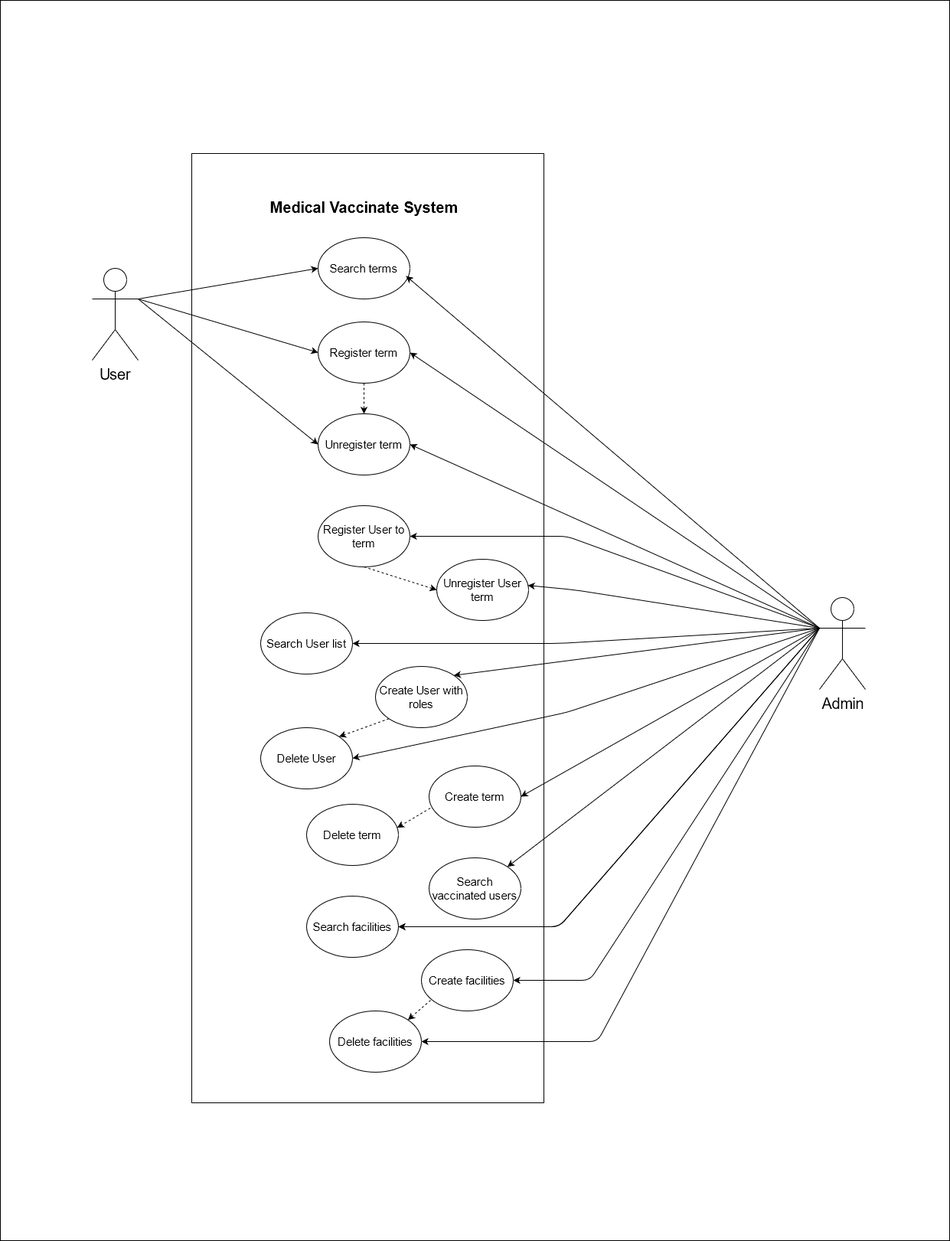
Earlier version of the draw.io export CaseUses.png (maciejDun/medical-vaccinate-system). Source tidied: cells renumbered, new cells last; positions are measured from the earlier drawing's top-left corner, leaving out a move shared by most shapes. Its diagram source:
```xml
<mxGraphModel>
  <root>
    <mxCell id="0" />
    <mxCell id="1" parent="0" />
    <mxCell id="2" style="rounded=0;whiteSpace=wrap;html=1;" parent="1" vertex="1">
      <mxGeometry width="1240" height="1620" as="geometry" />
    </mxCell>
    <mxCell id="3" style="rounded=0;whiteSpace=wrap;html=1;" parent="1" vertex="1">
      <mxGeometry x="250" y="200" width="460" height="1240" as="geometry" />
    </mxCell>
    <mxCell id="4" value="&lt;b&gt;&lt;font style=&quot;font-size: 20px&quot;&gt;Medical Vaccinate System&lt;/font&gt;&lt;/b&gt;" style="text;html=1;strokeColor=none;fillColor=none;align=center;verticalAlign=middle;whiteSpace=wrap;rounded=0;" parent="1" vertex="1">
      <mxGeometry x="350" y="230" width="250" height="80" as="geometry" />
    </mxCell>
    <mxCell id="5" value="&lt;font style=&quot;font-size: 20px&quot;&gt;Admin&lt;/font&gt;" style="shape=umlActor;verticalLabelPosition=bottom;verticalAlign=top;html=1;outlineConnect=0;" parent="1" vertex="1">
      <mxGeometry x="1070" y="780" width="60" height="120" as="geometry" />
    </mxCell>
    <mxCell id="6" value="&lt;font style=&quot;font-size: 20px&quot;&gt;User&lt;/font&gt;" style="shape=umlActor;verticalLabelPosition=bottom;verticalAlign=top;html=1;outlineConnect=0;" parent="1" vertex="1">
      <mxGeometry x="120" y="350" width="60" height="120" as="geometry" />
    </mxCell>
    <mxCell id="7" value="&lt;font style=&quot;font-size: 15px&quot;&gt;Search terms&lt;/font&gt;" style="ellipse;whiteSpace=wrap;html=1;" parent="1" vertex="1">
      <mxGeometry x="415" y="310" width="120" height="80" as="geometry" />
    </mxCell>
    <mxCell id="8" value="&lt;font style=&quot;font-size: 15px&quot;&gt;Register term&lt;/font&gt;" style="ellipse;whiteSpace=wrap;html=1;" parent="1" vertex="1">
      <mxGeometry x="415" y="420" width="120" height="80" as="geometry" />
    </mxCell>
    <mxCell id="9" value="&lt;font style=&quot;font-size: 15px&quot;&gt;Unregister term&lt;/font&gt;" style="ellipse;whiteSpace=wrap;html=1;" parent="1" vertex="1">
      <mxGeometry x="415" y="540" width="120" height="80" as="geometry" />
    </mxCell>
    <mxCell id="10" style="endArrow=classic;html=1;entryX=0;entryY=0.5;entryDx=0;entryDy=0;exitX=1;exitY=0.3333333333333333;exitDx=0;exitDy=0;exitPerimeter=0;" parent="1" edge="1" source="6" target="7">
      <mxGeometry relative="1" as="geometry" />
    </mxCell>
    <mxCell id="11" style="endArrow=classic;html=1;entryX=0;entryY=0.5;entryDx=0;entryDy=0;exitX=1;exitY=0.3333333333333333;exitDx=0;exitDy=0;exitPerimeter=0;" parent="1" edge="1" source="6" target="8">
      <mxGeometry relative="1" as="geometry" />
    </mxCell>
    <mxCell id="12" style="endArrow=classic;html=1;entryX=0;entryY=0.5;entryDx=0;entryDy=0;exitX=1;exitY=0.3333333333333333;exitDx=0;exitDy=0;exitPerimeter=0;" parent="1" edge="1" source="6" target="9">
      <mxGeometry relative="1" as="geometry" />
    </mxCell>
    <mxCell id="13" style="endArrow=classic;html=1;exitX=0.5;exitY=1;exitDx=0;exitDy=0;entryX=0.5;entryY=0;entryDx=0;entryDy=0;dashed=1;" parent="1" edge="1" source="8" target="9">
      <mxGeometry relative="1" as="geometry" />
    </mxCell>
    <mxCell id="14" style="endArrow=classic;html=1;entryX=0.958;entryY=0.625;entryDx=0;entryDy=0;entryPerimeter=0;exitX=0;exitY=0.3333333333333333;exitDx=0;exitDy=0;exitPerimeter=0;" parent="1" edge="1" source="5" target="7">
      <mxGeometry relative="1" as="geometry" />
    </mxCell>
    <mxCell id="15" style="endArrow=classic;html=1;entryX=1;entryY=0.5;entryDx=0;entryDy=0;exitX=0;exitY=0.3333333333333333;exitDx=0;exitDy=0;exitPerimeter=0;" parent="1" edge="1" source="5" target="9">
      <mxGeometry relative="1" as="geometry" />
    </mxCell>
    <mxCell id="16" value="&lt;font style=&quot;font-size: 15px&quot;&gt;Register User to term&lt;/font&gt;" style="ellipse;whiteSpace=wrap;html=1;" parent="1" vertex="1">
      <mxGeometry x="415" y="660" width="120" height="80" as="geometry" />
    </mxCell>
    <mxCell id="17" style="endArrow=classic;html=1;entryX=1;entryY=0.5;entryDx=0;entryDy=0;exitX=0;exitY=0.3333333333333333;exitDx=0;exitDy=0;exitPerimeter=0;" parent="1" edge="1" source="5" target="8">
      <mxGeometry relative="1" as="geometry" />
    </mxCell>
    <mxCell id="18" style="endArrow=classic;html=1;entryX=1;entryY=0.5;entryDx=0;entryDy=0;exitX=0;exitY=0.3333333333333333;exitDx=0;exitDy=0;exitPerimeter=0;" parent="1" edge="1" source="5" target="16">
      <mxGeometry relative="1" as="geometry">
        <Array as="points">
          <mxPoint x="740" y="700" />
        </Array>
      </mxGeometry>
    </mxCell>
    <mxCell id="19" value="&lt;font style=&quot;font-size: 15px&quot;&gt;Unregister User term&lt;/font&gt;" style="ellipse;whiteSpace=wrap;html=1;" parent="1" vertex="1">
      <mxGeometry x="570" y="730" width="120" height="80" as="geometry" />
    </mxCell>
    <mxCell id="20" style="endArrow=classic;html=1;exitX=0.5;exitY=1;exitDx=0;exitDy=0;dashed=1;entryX=0;entryY=0.5;entryDx=0;entryDy=0;" parent="1" edge="1" source="16" target="19">
      <mxGeometry relative="1" as="geometry" />
    </mxCell>
    <mxCell id="21" style="endArrow=classic;html=1;entryX=0.992;entryY=0.427;entryDx=0;entryDy=0;entryPerimeter=0;exitX=0;exitY=0.3333333333333333;exitDx=0;exitDy=0;exitPerimeter=0;" parent="1" edge="1" source="5" target="19">
      <mxGeometry relative="1" as="geometry">
        <Array as="points">
          <mxPoint x="750" y="770" />
        </Array>
      </mxGeometry>
    </mxCell>
    <mxCell id="22" value="&lt;font style=&quot;font-size: 15px&quot;&gt;Search User list&lt;/font&gt;" style="ellipse;whiteSpace=wrap;html=1;" parent="1" vertex="1">
      <mxGeometry x="340" y="800" width="120" height="80" as="geometry" />
    </mxCell>
    <mxCell id="23" style="endArrow=classic;html=1;entryX=1;entryY=0.5;entryDx=0;entryDy=0;exitX=0;exitY=0.3333333333333333;exitDx=0;exitDy=0;exitPerimeter=0;" parent="1" edge="1" source="5" target="22">
      <mxGeometry relative="1" as="geometry">
        <Array as="points">
          <mxPoint x="730" y="840" />
        </Array>
      </mxGeometry>
    </mxCell>
    <mxCell id="24" value="&lt;font style=&quot;font-size: 15px&quot;&gt;Create User with roles&lt;br&gt;&lt;/font&gt;" style="ellipse;whiteSpace=wrap;html=1;" parent="1" vertex="1">
      <mxGeometry x="490" y="870" width="120" height="80" as="geometry" />
    </mxCell>
    <mxCell id="25" style="endArrow=classic;html=1;entryX=1;entryY=0;entryDx=0;entryDy=0;exitX=0;exitY=0.3333333333333333;exitDx=0;exitDy=0;exitPerimeter=0;" parent="1" edge="1" source="5" target="24">
      <mxGeometry relative="1" as="geometry" />
    </mxCell>
    <mxCell id="26" value="&lt;font style=&quot;font-size: 15px&quot;&gt;Delete User&lt;/font&gt;" style="ellipse;whiteSpace=wrap;html=1;" parent="1" vertex="1">
      <mxGeometry x="340" y="950" width="120" height="80" as="geometry" />
    </mxCell>
    <mxCell id="27" style="endArrow=classic;html=1;exitX=0;exitY=1;exitDx=0;exitDy=0;dashed=1;entryX=1;entryY=0;entryDx=0;entryDy=0;" parent="1" edge="1" source="24" target="26">
      <mxGeometry relative="1" as="geometry" />
    </mxCell>
    <mxCell id="28" style="endArrow=classic;html=1;entryX=1;entryY=0.5;entryDx=0;entryDy=0;exitX=0;exitY=0.3333333333333333;exitDx=0;exitDy=0;exitPerimeter=0;" parent="1" edge="1" source="5" target="26">
      <mxGeometry relative="1" as="geometry">
        <Array as="points">
          <mxPoint x="740" y="930" />
        </Array>
      </mxGeometry>
    </mxCell>
    <mxCell id="29" value="&lt;font style=&quot;font-size: 15px&quot;&gt;Create term&lt;/font&gt;" style="ellipse;whiteSpace=wrap;html=1;" parent="1" vertex="1">
      <mxGeometry x="560" y="1000" width="120" height="80" as="geometry" />
    </mxCell>
    <mxCell id="30" style="endArrow=classic;html=1;entryX=1;entryY=0.5;entryDx=0;entryDy=0;exitX=0;exitY=0.3333333333333333;exitDx=0;exitDy=0;exitPerimeter=0;" parent="1" edge="1" source="5" target="29">
      <mxGeometry relative="1" as="geometry" />
    </mxCell>
    <mxCell id="31" value="&lt;font style=&quot;font-size: 15px&quot;&gt;Delete term&lt;/font&gt;" style="ellipse;whiteSpace=wrap;html=1;" parent="1" vertex="1">
      <mxGeometry x="400" y="1050" width="120" height="80" as="geometry" />
    </mxCell>
    <mxCell id="32" style="endArrow=classic;html=1;exitX=0.014;exitY=0.688;exitDx=0;exitDy=0;dashed=1;entryX=0.986;entryY=0.383;entryDx=0;entryDy=0;entryPerimeter=0;exitPerimeter=0;" parent="1" edge="1" source="29" target="31">
      <mxGeometry relative="1" as="geometry" />
    </mxCell>
    <mxCell id="33" value="&lt;font style=&quot;font-size: 15px&quot;&gt;Search vaccinated users&lt;/font&gt;" style="ellipse;whiteSpace=wrap;html=1;" parent="1" vertex="1">
      <mxGeometry x="560" y="1120" width="120" height="80" as="geometry" />
    </mxCell>
    <mxCell id="34" style="endArrow=classic;html=1;entryX=1;entryY=0;entryDx=0;entryDy=0;exitX=0;exitY=0.3333333333333333;exitDx=0;exitDy=0;exitPerimeter=0;" parent="1" edge="1" source="5" target="33">
      <mxGeometry relative="1" as="geometry" />
    </mxCell>
    <mxCell id="35" value="&lt;font style=&quot;font-size: 15px&quot;&gt;Search facilities&lt;/font&gt;" style="ellipse;whiteSpace=wrap;html=1;" parent="1" vertex="1">
      <mxGeometry x="400" y="1170" width="120" height="80" as="geometry" />
    </mxCell>
    <mxCell id="36" style="endArrow=classic;html=1;exitX=0;exitY=0.3333333333333333;exitDx=0;exitDy=0;exitPerimeter=0;entryX=1;entryY=0.5;entryDx=0;entryDy=0;" parent="1" edge="1" source="5" target="35">
      <mxGeometry relative="1" as="geometry">
        <Array as="points">
          <mxPoint x="730" y="1210" />
        </Array>
      </mxGeometry>
    </mxCell>
    <mxCell id="37" value="&lt;font style=&quot;font-size: 15px&quot;&gt;Create facilities&lt;br&gt;&lt;/font&gt;" style="ellipse;whiteSpace=wrap;html=1;" parent="1" vertex="1">
      <mxGeometry x="550" y="1240" width="120" height="80" as="geometry" />
    </mxCell>
    <mxCell id="38" value="&lt;font style=&quot;font-size: 15px&quot;&gt;Delete facilities&lt;br&gt;&lt;/font&gt;" style="ellipse;whiteSpace=wrap;html=1;" parent="1" vertex="1">
      <mxGeometry x="430" y="1320" width="120" height="80" as="geometry" />
    </mxCell>
    <mxCell id="39" style="endArrow=classic;html=1;exitX=0;exitY=0.3333333333333333;exitDx=0;exitDy=0;exitPerimeter=0;entryX=1;entryY=0.5;entryDx=0;entryDy=0;" parent="1" edge="1">
      <mxGeometry relative="1" as="geometry">
        <mxPoint x="1070" y="820" as="sourcePoint" />
        <mxPoint x="520" y="1210" as="targetPoint" />
        <Array as="points">
          <mxPoint x="730" y="1210" />
        </Array>
      </mxGeometry>
    </mxCell>
    <mxCell id="40" style="endArrow=classic;html=1;exitX=0;exitY=0.3333333333333333;exitDx=0;exitDy=0;exitPerimeter=0;entryX=1;entryY=0.5;entryDx=0;entryDy=0;" parent="1" edge="1" source="5" target="37">
      <mxGeometry relative="1" as="geometry">
        <Array as="points">
          <mxPoint x="770" y="1280" />
        </Array>
      </mxGeometry>
    </mxCell>
    <mxCell id="41" style="endArrow=classic;html=1;entryX=1;entryY=0.5;entryDx=0;entryDy=0;" parent="1" edge="1" target="38">
      <mxGeometry relative="1" as="geometry">
        <mxPoint x="1070" y="820" as="sourcePoint" />
        <Array as="points">
          <mxPoint x="780" y="1360" />
        </Array>
      </mxGeometry>
    </mxCell>
    <mxCell id="42" style="endArrow=classic;html=1;exitX=0.1;exitY=0.825;exitDx=0;exitDy=0;dashed=1;exitPerimeter=0;entryX=1;entryY=0;entryDx=0;entryDy=0;" parent="1" edge="1" source="37" target="38">
      <mxGeometry relative="1" as="geometry" />
    </mxCell>
  </root>
</mxGraphModel>
```
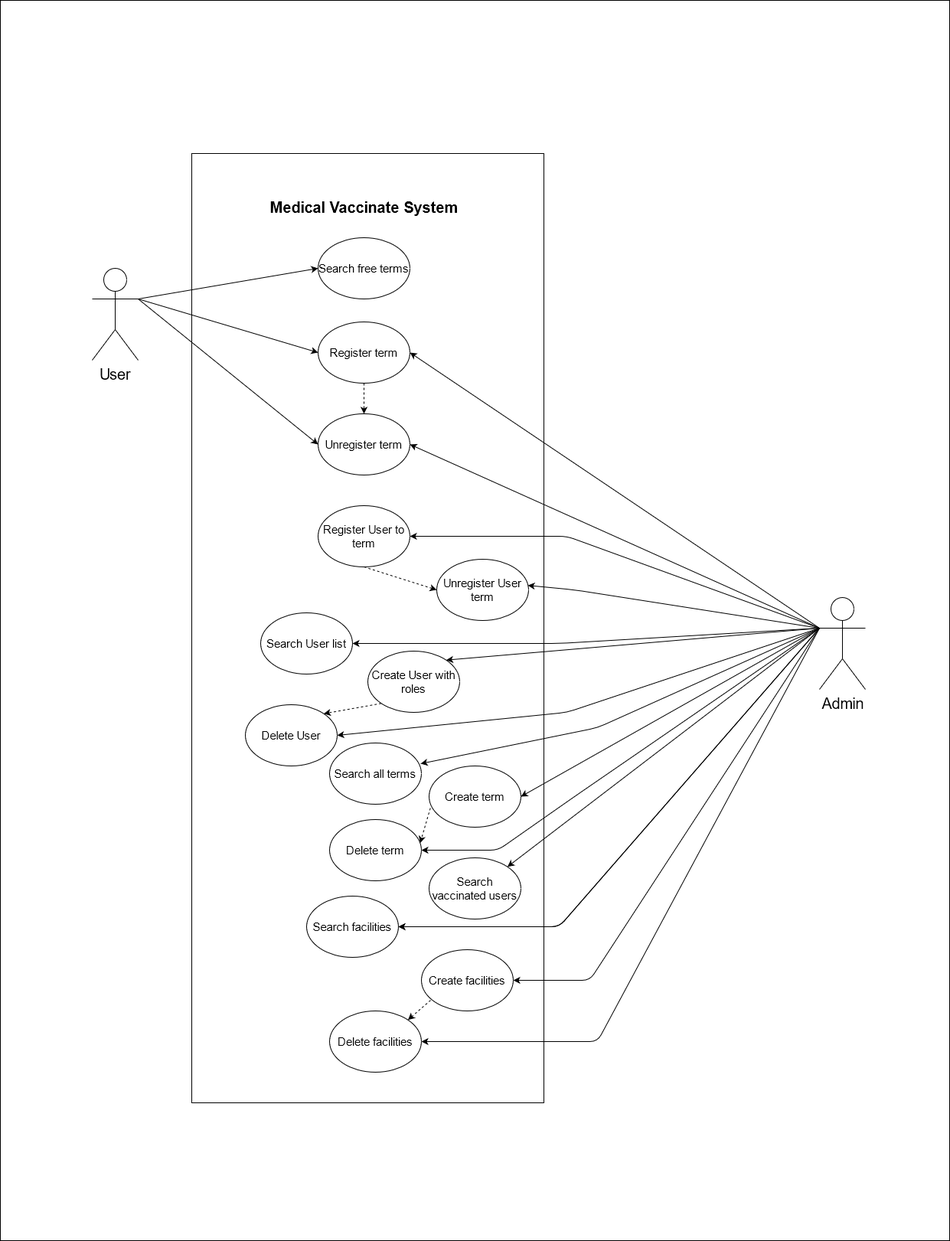
The same file after the commit.

What changed in the source:
```diff
@@ -17,7 +17,7 @@
     <mxCell id="6" value="&lt;font style=&quot;font-size: 20px&quot;&gt;User&lt;/font&gt;" style="shape=umlActor;verticalLabelPosition=bottom;verticalAlign=top;html=1;outlineConnect=0;" parent="1" vertex="1">
       <mxGeometry x="120" y="350" width="60" height="120" as="geometry" />
     </mxCell>
-    <mxCell id="7" value="&lt;font style=&quot;font-size: 15px&quot;&gt;Search terms&lt;/font&gt;" style="ellipse;whiteSpace=wrap;html=1;" parent="1" vertex="1">
+    <mxCell id="7" value="&lt;font style=&quot;font-size: 15px&quot;&gt;Search free terms&lt;/font&gt;" style="ellipse;whiteSpace=wrap;html=1;" parent="1" vertex="1">
       <mxGeometry x="415" y="310" width="120" height="80" as="geometry" />
     </mxCell>
     <mxCell id="8" value="&lt;font style=&quot;font-size: 15px&quot;&gt;Register term&lt;/font&gt;" style="ellipse;whiteSpace=wrap;html=1;" parent="1" vertex="1">
@@ -38,9 +38,6 @@
     <mxCell id="13" style="endArrow=classic;html=1;exitX=0.5;exitY=1;exitDx=0;exitDy=0;entryX=0.5;entryY=0;entryDx=0;entryDy=0;dashed=1;" parent="1" edge="1" source="8" target="9">
       <mxGeometry relative="1" as="geometry" />
     </mxCell>
-    <mxCell id="14" style="endArrow=classic;html=1;entryX=0.958;entryY=0.625;entryDx=0;entryDy=0;entryPerimeter=0;exitX=0;exitY=0.3333333333333333;exitDx=0;exitDy=0;exitPerimeter=0;" parent="1" edge="1" source="5" target="7">
-      <mxGeometry relative="1" as="geometry" />
-    </mxCell>
     <mxCell id="15" style="endArrow=classic;html=1;entryX=1;entryY=0.5;entryDx=0;entryDy=0;exitX=0;exitY=0.3333333333333333;exitDx=0;exitDy=0;exitPerimeter=0;" parent="1" edge="1" source="5" target="9">
       <mxGeometry relative="1" as="geometry" />
     </mxCell>
@@ -81,13 +78,13 @@
       </mxGeometry>
     </mxCell>
     <mxCell id="24" value="&lt;font style=&quot;font-size: 15px&quot;&gt;Create User with roles&lt;br&gt;&lt;/font&gt;" style="ellipse;whiteSpace=wrap;html=1;" parent="1" vertex="1">
-      <mxGeometry x="490" y="870" width="120" height="80" as="geometry" />
+      <mxGeometry x="480" y="850" width="120" height="80" as="geometry" />
     </mxCell>
     <mxCell id="25" style="endArrow=classic;html=1;entryX=1;entryY=0;entryDx=0;entryDy=0;exitX=0;exitY=0.3333333333333333;exitDx=0;exitDy=0;exitPerimeter=0;" parent="1" edge="1" source="5" target="24">
       <mxGeometry relative="1" as="geometry" />
     </mxCell>
     <mxCell id="26" value="&lt;font style=&quot;font-size: 15px&quot;&gt;Delete User&lt;/font&gt;" style="ellipse;whiteSpace=wrap;html=1;" parent="1" vertex="1">
-      <mxGeometry x="340" y="950" width="120" height="80" as="geometry" />
+      <mxGeometry x="320" y="920" width="120" height="80" as="geometry" />
     </mxCell>
     <mxCell id="27" style="endArrow=classic;html=1;exitX=0;exitY=1;exitDx=0;exitDy=0;dashed=1;entryX=1;entryY=0;entryDx=0;entryDy=0;" parent="1" edge="1" source="24" target="26">
       <mxGeometry relative="1" as="geometry" />
@@ -106,7 +103,7 @@
       <mxGeometry relative="1" as="geometry" />
     </mxCell>
     <mxCell id="31" value="&lt;font style=&quot;font-size: 15px&quot;&gt;Delete term&lt;/font&gt;" style="ellipse;whiteSpace=wrap;html=1;" parent="1" vertex="1">
-      <mxGeometry x="400" y="1050" width="120" height="80" as="geometry" />
+      <mxGeometry x="430" y="1070" width="120" height="80" as="geometry" />
     </mxCell>
     <mxCell id="32" style="endArrow=classic;html=1;exitX=0.014;exitY=0.688;exitDx=0;exitDy=0;dashed=1;entryX=0.986;entryY=0.383;entryDx=0;entryDy=0;entryPerimeter=0;exitPerimeter=0;" parent="1" edge="1" source="29" target="31">
       <mxGeometry relative="1" as="geometry" />
@@ -160,5 +157,23 @@
     <mxCell id="42" style="endArrow=classic;html=1;exitX=0.1;exitY=0.825;exitDx=0;exitDy=0;dashed=1;exitPerimeter=0;entryX=1;entryY=0;entryDx=0;entryDy=0;" parent="1" edge="1" source="37" target="38">
       <mxGeometry relative="1" as="geometry" />
     </mxCell>
+    <mxCell id="43" value="&lt;font style=&quot;font-size: 15px&quot;&gt;Search all terms&lt;/font&gt;" style="ellipse;whiteSpace=wrap;html=1;" parent="1" vertex="1">
+      <mxGeometry x="430" y="970" width="120" height="80" as="geometry" />
+    </mxCell>
+    <mxCell id="44" style="endArrow=classic;html=1;exitX=0;exitY=0.3333333333333333;exitDx=0;exitDy=0;exitPerimeter=0;entryX=0.992;entryY=0.338;entryDx=0;entryDy=0;entryPerimeter=0;" parent="1" edge="1" source="5" target="43">
+      <mxGeometry relative="1" as="geometry">
+        <Array as="points">
+          <mxPoint x="780" y="950" />
+        </Array>
+      </mxGeometry>
+    </mxCell>
+    <mxCell id="45" style="endArrow=classic;html=1;entryX=1;entryY=0.5;entryDx=0;entryDy=0;exitX=0;exitY=0.3333333333333333;exitDx=0;exitDy=0;exitPerimeter=0;" parent="1" edge="1" source="5" target="31">
+      <mxGeometry relative="1" as="geometry">
+        <Array as="points">
+          <mxPoint x="750" y="1040" />
+          <mxPoint x="650" y="1110" />
+        </Array>
+      </mxGeometry>
+    </mxCell>
   </root>
 </mxGraphModel>
```
